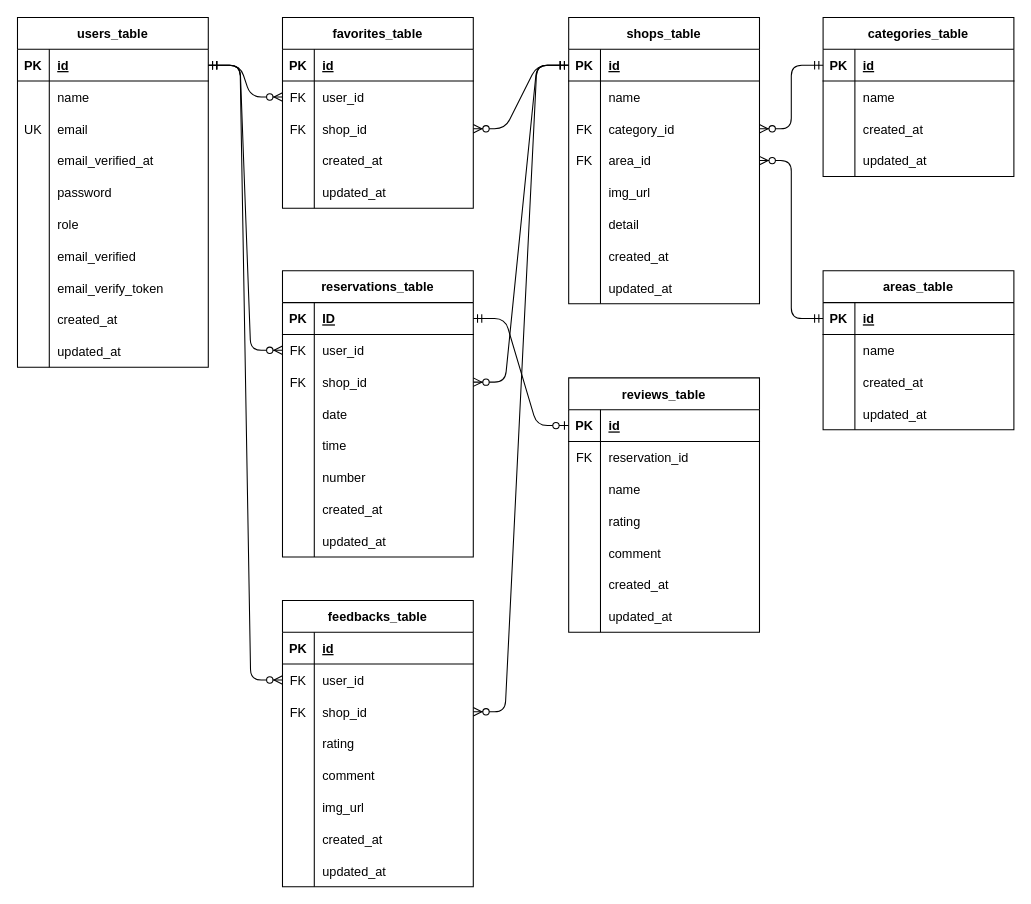
Above: .drawio in nan888999/rese (draw.io), before the change. Source tidied: cells renumbered, new cells numbered last; positions are measured from the earlier drawing's top-left corner, leaving out a move shared by most shapes. Both pictures are drawn from the tidied source at 106%, with x=0, y=0 at pixel (17, 17).
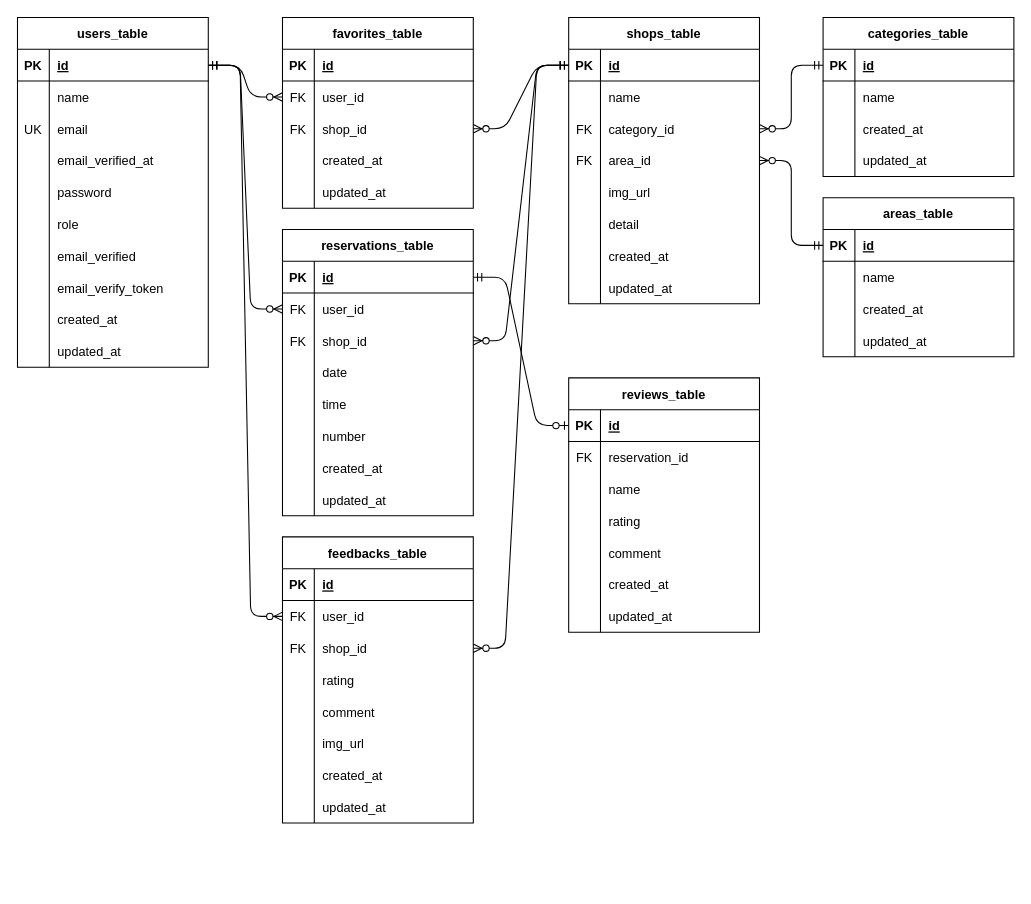
The same diagram, later.

The change refers to these unchanged cells:
```xml
<mxCell id="77" style="shape=tableRow;horizontal=0;startSize=0;swimlaneHead=0;swimlaneBody=0;fillColor=none;points=[[0,0.5],[1,0.5]];portConstraint=eastwest;top=0;left=0;right=0;bottom=1;" parent="76" vertex="1">
  <mxGeometry y="30" width="180" height="30" as="geometry" />
</mxCell>
```

Diff of the diagram source:
```diff
@@
     <mxCell id="76" value="reservations_table" style="shape=table;startSize=30;childLayout=tableLayout;rowLines=0;fontStyle=1;align=center;" parent="1" vertex="1">
-      <mxGeometry x="250" y="239" width="180" height="270" as="geometry" />
+      <mxGeometry x="250" y="200" width="180" height="270" as="geometry" />
     </mxCell>
@@
-    <mxCell id="79" value="ID" style="shape=partialRectangle;fillColor=none;top=0;left=0;bottom=0;right=0;align=left;spacingLeft=6;fontStyle=5;overflow=hidden;" parent="77" vertex="1">
+    <mxCell id="79" value="id" style="shape=partialRectangle;fillColor=none;top=0;left=0;bottom=0;right=0;align=left;spacingLeft=6;fontStyle=5;overflow=hidden;" parent="77" vertex="1">
       <mxGeometry x="30" width="150" height="30" as="geometry" />
     </mxCell>
@@
     <mxCell id="116" value="areas_table" style="shape=table;startSize=30;childLayout=tableLayout;rowLines=0;fontStyle=1;align=center;" parent="1" vertex="1">
-      <mxGeometry x="760" y="239" width="180" height="150" as="geometry" />
+      <mxGeometry x="760" y="170" width="180" height="150" as="geometry" />
     </mxCell>
@@
     <mxCell id="154" value="feedbacks_table" style="shape=table;startSize=30;childLayout=tableLayout;rowLines=0;fontStyle=1;align=center;" parent="1" vertex="1">
-      <mxGeometry x="250" y="550" width="180" height="270" as="geometry" />
+      <mxGeometry x="250" y="490" width="180" height="270" as="geometry" />
     </mxCell>
```
